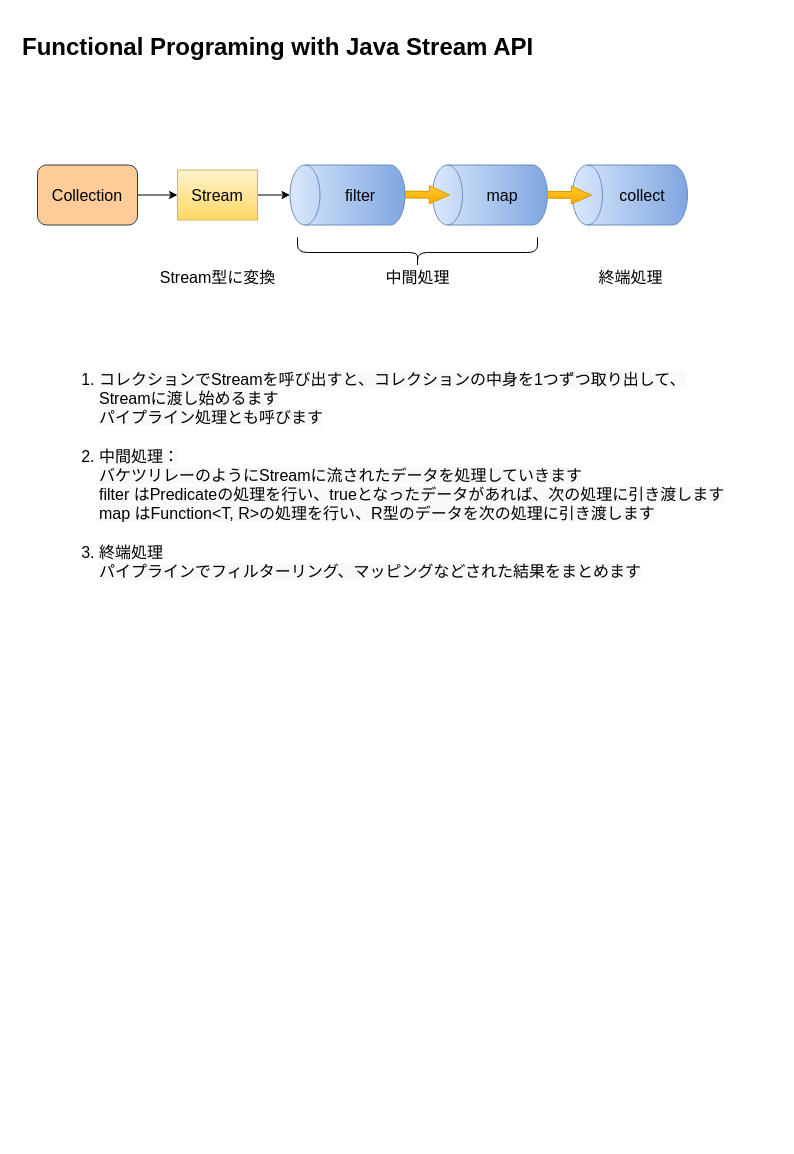
This is page "Stream" (4 of 4) of documents/FunctionalPrograming.drawio from mkuwan/functional, a draw.io file, before an edit. Source tidied: cells renumbered, new cells numbered last; positions are measured from the earlier drawing's top-left corner, leaving out a move shared by most shapes. Both pictures are drawn from the tidied source at 100%, with x=0, y=0 at pixel (17, 27).
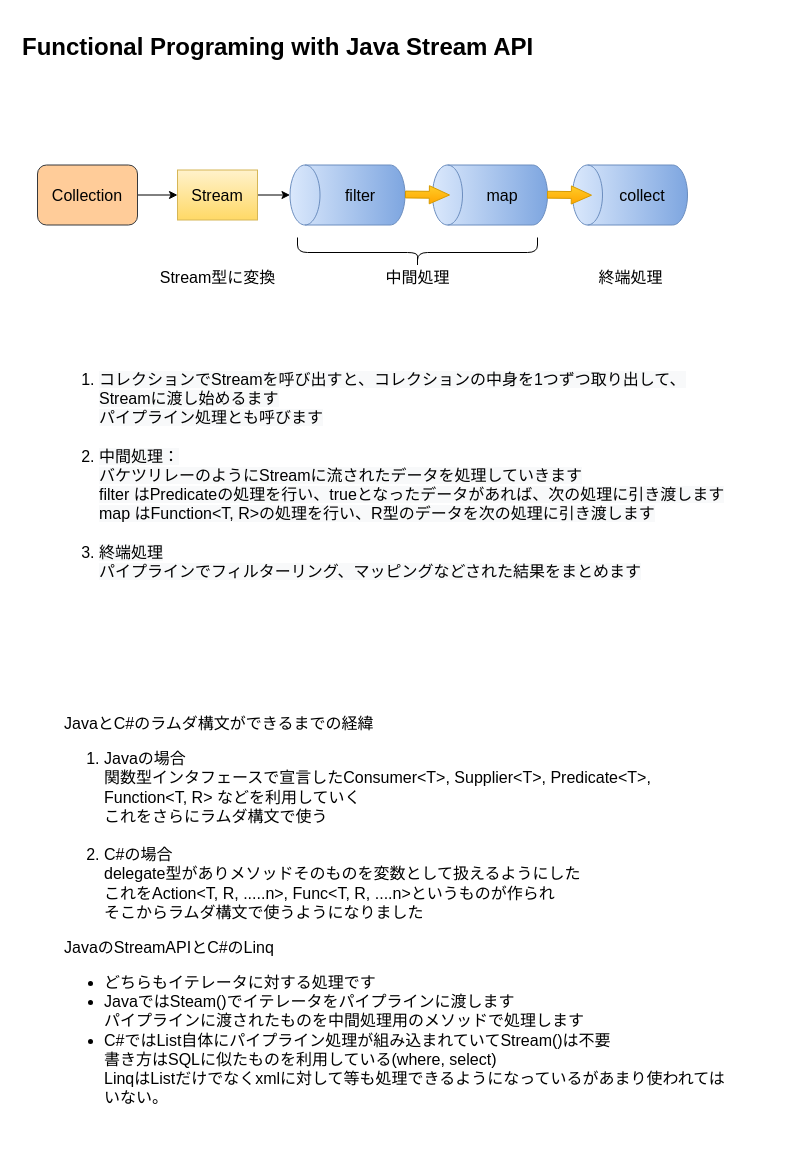
After the change.

Commit message:
C#, Javaの違いをちょっと追加

Change to the diagram source:
```diff
@@
+    <mxCell id="20" value="&lt;span style=&quot;background-color: initial;&quot;&gt;JavaとC#のラムダ構文ができるまでの経緯&lt;/span&gt;&lt;br style=&quot;background-color: initial;&quot;&gt;&lt;ol style=&quot;&quot;&gt;&lt;li&gt;Javaの場合&lt;br&gt;関数型インタフェースで宣言したConsumer&amp;lt;T&amp;gt;, Supplier&amp;lt;T&amp;gt;, Predicate&amp;lt;T&amp;gt;, Function&amp;lt;T, R&amp;gt; などを利用していく&lt;br&gt;これをさらにラムダ構文で使う&lt;br&gt;&lt;br&gt;&lt;/li&gt;&lt;li&gt;C#の場合&lt;br&gt;delegate型がありメソッドそのものを変数として扱えるようにした&lt;br&gt;これをAction&amp;lt;T, R, .....n&amp;gt;, Func&amp;lt;T, R, ....n&amp;gt;というものが作られ&lt;br&gt;そこからラムダ構文で使うようになりました&lt;/li&gt;&lt;/ol&gt;JavaのStreamAPIとC#のLinq&lt;br&gt;&lt;ul&gt;&lt;li&gt;&lt;span style=&quot;background-color: initial;&quot;&gt;どちらもイテレータに対する処理です&lt;/span&gt;&lt;/li&gt;&lt;li&gt;JavaではSteam()でイテレータをパイプラインに渡します&lt;br&gt;パイプラインに渡されたものを中間処理用のメソッドで処理します&lt;/li&gt;&lt;li&gt;C#ではList自体にパイプライン処理が組み込まれていてStream()は不要&lt;br&gt;書き方はSQLに似たものを利用している(where, select)&lt;br&gt;LinqはListだけでなくxmlに対して等も処理できるようになっているがあまり使われてはいない。&lt;/li&gt;&lt;/ul&gt;" style="text;whiteSpace=wrap;html=1;fontSize=16;" parent="1" vertex="1">
+      <mxGeometry x="45" y="680" width="670" height="430" as="geometry" />
+    </mxCell>
```
